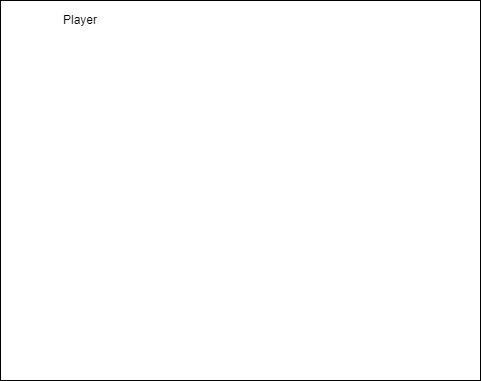
This is activity diagram.png from johannfac/A-Lone-Burglar, a draw.io export, as it was before one commit. Source tidied: cells renumbered, new cells last; positions are measured from the earlier drawing's top-left corner, leaving out a move shared by most shapes. Its diagram source:
```xml
<mxGraphModel>
  <root>
    <mxCell id="0" />
    <mxCell id="1" parent="0" />
    <mxCell id="2" style="rounded=0;whiteSpace=wrap;html=1;" parent="1" vertex="1">
      <mxGeometry width="480" height="380" as="geometry" />
    </mxCell>
    <mxCell id="3" value="Player" style="text;html=1;strokeColor=none;fillColor=none;align=center;verticalAlign=middle;whiteSpace=wrap;rounded=0;" parent="1" vertex="1">
      <mxGeometry width="160" height="40" as="geometry" />
    </mxCell>
  </root>
</mxGraphModel>
```
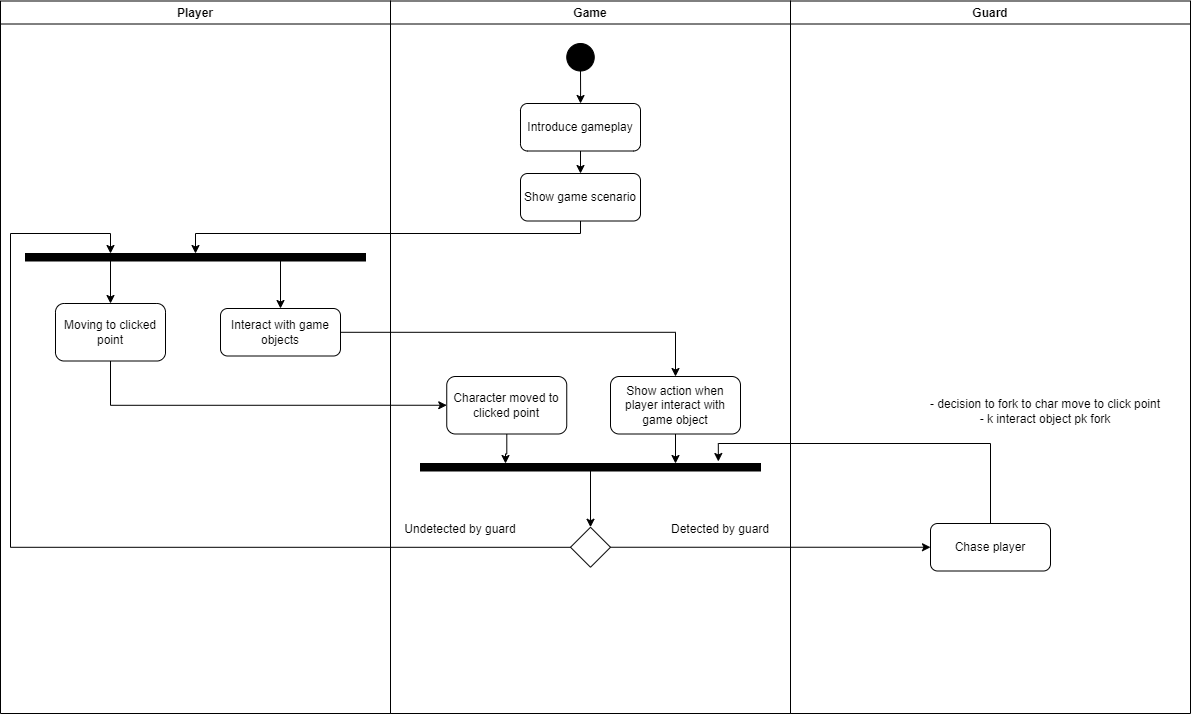
The same diagram one commit later.

Diff of the diagram source:
```diff
@@ -2,11 +2,115 @@
   <root>
     <mxCell id="0" />
     <mxCell id="1" parent="0" />
-    <mxCell id="2" style="rounded=0;whiteSpace=wrap;html=1;" parent="1" vertex="1">
-      <mxGeometry width="480" height="380" as="geometry" />
-    </mxCell>
-    <mxCell id="3" value="Player" style="text;html=1;strokeColor=none;fillColor=none;align=center;verticalAlign=middle;whiteSpace=wrap;rounded=0;" parent="1" vertex="1">
-      <mxGeometry width="160" height="40" as="geometry" />
+    <mxCell id="3" value="Player" style="swimlane;fillColor=#FFFFFF;" parent="1" vertex="1">
+      <mxGeometry width="390" height="712.5" as="geometry" />
     </mxCell>
+    <mxCell id="4" value="Moving to clicked point" style="rounded=1;whiteSpace=wrap;html=1;fillColor=#FFFFFF;" parent="3" vertex="1">
+      <mxGeometry x="55" y="302.5" width="110" height="57.5" as="geometry" />
+    </mxCell>
+    <mxCell id="5" style="rounded=0;whiteSpace=wrap;html=1;fillColor=#000000;" parent="3" vertex="1">
+      <mxGeometry x="25" y="252.5" width="340" height="7.5" as="geometry" />
+    </mxCell>
+    <mxCell id="6" style="edgeStyle=orthogonalEdgeStyle;rounded=0;jettySize=auto;html=1;exitX=0.25;exitY=1;exitDx=0;exitDy=0;" parent="3" edge="1" source="5" target="4">
+      <mxGeometry relative="1" as="geometry" />
+    </mxCell>
+    <mxCell id="7" value="Interact with game objects" style="rounded=1;whiteSpace=wrap;html=1;fillColor=#FFFFFF;" parent="3" vertex="1">
+      <mxGeometry x="220" y="307.5" width="120" height="47.5" as="geometry" />
+    </mxCell>
+    <mxCell id="8" style="edgeStyle=orthogonalEdgeStyle;rounded=0;jettySize=auto;html=1;exitX=0.75;exitY=1;exitDx=0;exitDy=0;" parent="3" edge="1" source="5" target="7">
+      <mxGeometry relative="1" as="geometry" />
+    </mxCell>
+    <mxCell id="9" value="Game" style="swimlane;fillColor=#FFFFFF;" parent="1" vertex="1">
+      <mxGeometry x="390" width="400" height="712.5" as="geometry" />
+    </mxCell>
+    <mxCell id="10" style="edgeStyle=orthogonalEdgeStyle;rounded=0;jettySize=auto;html=1;" parent="9" edge="1" source="11" target="13">
+      <mxGeometry relative="1" as="geometry" />
+    </mxCell>
+    <mxCell id="11" style="ellipse;whiteSpace=wrap;html=1;fillColor=#000000;" parent="9" vertex="1">
+      <mxGeometry x="176.2" y="42.5" width="27.5" height="27.5" as="geometry" />
+    </mxCell>
+    <mxCell id="12" style="edgeStyle=orthogonalEdgeStyle;rounded=0;jettySize=auto;html=1;" parent="9" edge="1" source="13" target="14">
+      <mxGeometry relative="1" as="geometry" />
+    </mxCell>
+    <mxCell id="13" value="Introduce gameplay" style="rounded=1;whiteSpace=wrap;html=1;fillColor=#FFFFFF;" parent="9" vertex="1">
+      <mxGeometry x="130" y="102.5" width="120" height="47.5" as="geometry" />
+    </mxCell>
+    <mxCell id="14" value="Show game scenario" style="rounded=1;whiteSpace=wrap;html=1;fillColor=#FFFFFF;" parent="9" vertex="1">
+      <mxGeometry x="130" y="172.5" width="120" height="47.5" as="geometry" />
+    </mxCell>
+    <mxCell id="15" style="edgeStyle=orthogonalEdgeStyle;rounded=0;jettySize=auto;html=1;entryX=0.75;entryY=0;entryDx=0;entryDy=0;" parent="9" edge="1" source="16" target="22">
+      <mxGeometry relative="1" as="geometry" />
+    </mxCell>
+    <mxCell id="16" value="Show action when player interact with game object" style="rounded=1;whiteSpace=wrap;html=1;fillColor=#FFFFFF;" parent="9" vertex="1">
+      <mxGeometry x="220" y="375.5" width="130" height="57.5" as="geometry" />
+    </mxCell>
+    <mxCell id="17" style="edgeStyle=orthogonalEdgeStyle;rounded=0;jettySize=auto;html=1;entryX=0.25;entryY=0;entryDx=0;entryDy=0;" parent="9" edge="1" source="18" target="22">
+      <mxGeometry relative="1" as="geometry" />
+    </mxCell>
+    <mxCell id="18" value="Character moved to clicked point" style="rounded=1;whiteSpace=wrap;html=1;fillColor=#FFFFFF;" parent="9" vertex="1">
+      <mxGeometry x="56.2" y="375.5" width="120" height="57.5" as="geometry" />
+    </mxCell>
+    <mxCell id="19" value="Detected by guard" style="text;html=1;strokeColor=none;fillColor=none;align=center;verticalAlign=middle;whiteSpace=wrap;rounded=0;" parent="9" vertex="1">
+      <mxGeometry x="260" y="512.5" width="140" height="32.5" as="geometry" />
+    </mxCell>
+    <mxCell id="20" style="rhombus;whiteSpace=wrap;html=1;fillColor=#FFFFFF;" parent="9" vertex="1">
+      <mxGeometry x="180" y="526.2" width="40" height="40" as="geometry" />
+    </mxCell>
+    <mxCell id="21" style="edgeStyle=orthogonalEdgeStyle;rounded=0;jettySize=auto;html=1;entryX=0.5;entryY=0;entryDx=0;entryDy=0;" parent="9" edge="1" source="22" target="20">
+      <mxGeometry relative="1" as="geometry" />
+    </mxCell>
+    <mxCell id="22" style="rounded=0;whiteSpace=wrap;html=1;fillColor=#000000;" parent="9" vertex="1">
+      <mxGeometry x="30" y="462.5" width="340" height="7.5" as="geometry" />
+    </mxCell>
+    <mxCell id="23" value="Undetected by guard" style="text;html=1;strokeColor=none;fillColor=none;align=center;verticalAlign=middle;whiteSpace=wrap;rounded=0;" parent="9" vertex="1">
+      <mxGeometry y="512.5" width="140" height="32.5" as="geometry" />
+    </mxCell>
+    <mxCell id="24" value="Guard" style="swimlane;fillColor=#FFFFFF;" parent="1" vertex="1">
+      <mxGeometry x="790" width="400" height="712.5" as="geometry" />
+    </mxCell>
+    <mxCell id="25" value="Chase player" style="rounded=1;whiteSpace=wrap;html=1;fillColor=#FFFFFF;" parent="24" vertex="1">
+      <mxGeometry x="140" y="522.5" width="120" height="47.5" as="geometry" />
+    </mxCell>
+    <mxCell id="26" value="- decision to fork to char move to click point&lt;br&gt;- k interact object pk fork" style="text;html=1;strokeColor=none;fillColor=none;align=center;verticalAlign=middle;whiteSpace=wrap;rounded=0;" parent="24" vertex="1">
+      <mxGeometry x="110" y="375.5" width="290" height="70" as="geometry" />
+    </mxCell>
+    <mxCell id="27" style="edgeStyle=orthogonalEdgeStyle;rounded=0;jettySize=auto;html=1;entryX=0.5;entryY=0;entryDx=0;entryDy=0;" parent="1" edge="1" source="14" target="5">
+      <mxGeometry relative="1" as="geometry">
+        <Array as="points">
+          <mxPoint x="580" y="232.5" />
+          <mxPoint x="195" y="232.5" />
+        </Array>
+      </mxGeometry>
+    </mxCell>
+    <mxCell id="28" style="edgeStyle=orthogonalEdgeStyle;rounded=0;jettySize=auto;html=1;" parent="1" edge="1" source="7" target="16">
+      <mxGeometry relative="1" as="geometry" />
+    </mxCell>
+    <mxCell id="29" style="edgeStyle=orthogonalEdgeStyle;rounded=0;jettySize=auto;html=1;entryX=0;entryY=0.5;entryDx=0;entryDy=0;" parent="1" edge="1" source="4" target="18">
+      <mxGeometry relative="1" as="geometry">
+        <Array as="points">
+          <mxPoint x="110" y="404.5" />
+        </Array>
+      </mxGeometry>
+    </mxCell>
+    <mxCell id="30" style="edgeStyle=orthogonalEdgeStyle;rounded=0;jettySize=auto;html=1;entryX=0;entryY=0.5;entryDx=0;entryDy=0;" parent="1" edge="1" source="20" target="25">
+      <mxGeometry relative="1" as="geometry" />
+    </mxCell>
+    <mxCell id="31" style="edgeStyle=orthogonalEdgeStyle;rounded=0;jettySize=auto;html=1;entryX=0.876;entryY=-0.267;entryDx=0;entryDy=0;entryPerimeter=0;" parent="1" edge="1" source="25" target="22">
+      <mxGeometry relative="1" as="geometry">
+        <Array as="points">
+          <mxPoint x="990" y="442.5" />
+          <mxPoint x="718" y="442.5" />
+        </Array>
+      </mxGeometry>
+    </mxCell>
+    <mxCell id="32" style="edgeStyle=orthogonalEdgeStyle;rounded=0;jettySize=auto;html=1;entryX=0.25;entryY=0;entryDx=0;entryDy=0;" parent="1" edge="1" source="20" target="5">
+      <mxGeometry relative="1" as="geometry">
+        <Array as="points">
+          <mxPoint x="10" y="546.5" />
+          <mxPoint x="10" y="232.5" />
+          <mxPoint x="110" y="232.5" />
+        </Array>
+      </mxGeometry>
+    </mxCell>
   </root>
 </mxGraphModel>
```
